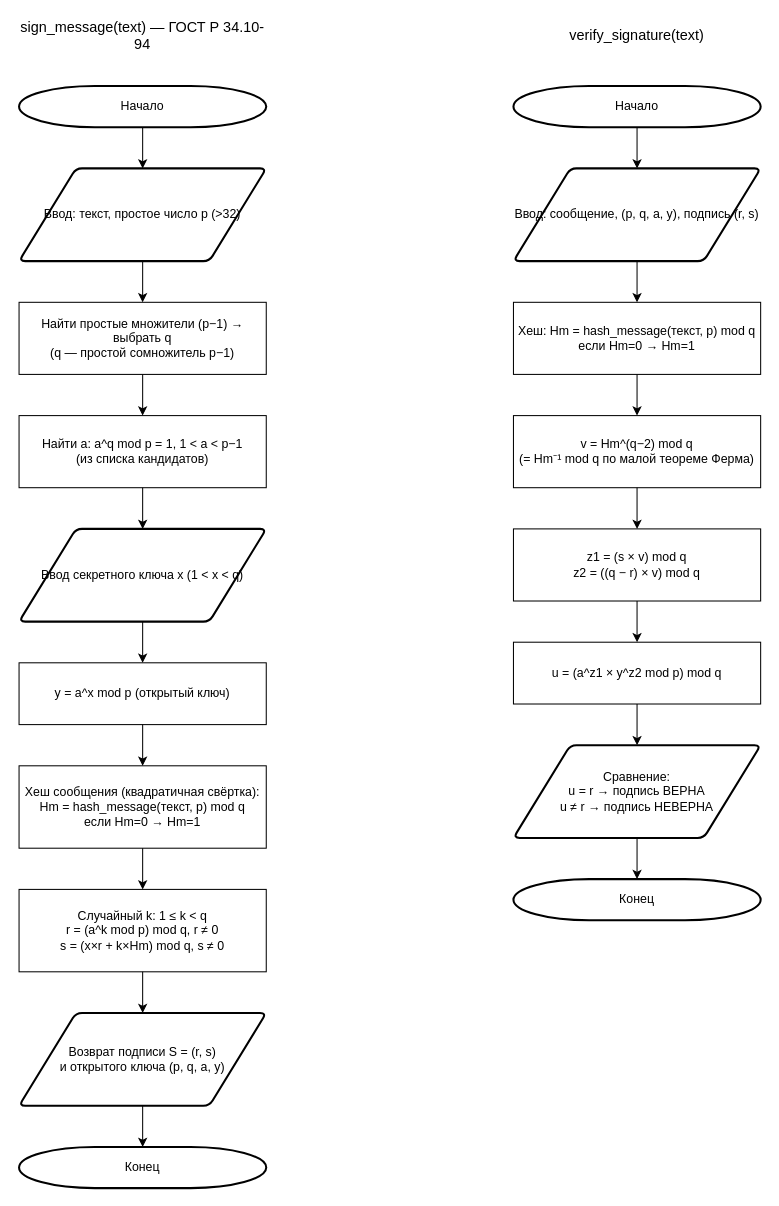
This is gost94_diagram.drawio from Laincetta/mospolytech-cryptography, a draw.io file, before an edit. Source tidied: cells renumbered, new cells numbered last; positions are measured from the earlier drawing's top-left corner, leaving out a move shared by most shapes. Both pictures are drawn from the tidied source at 103%, with x=0, y=0 at pixel (19, 25).
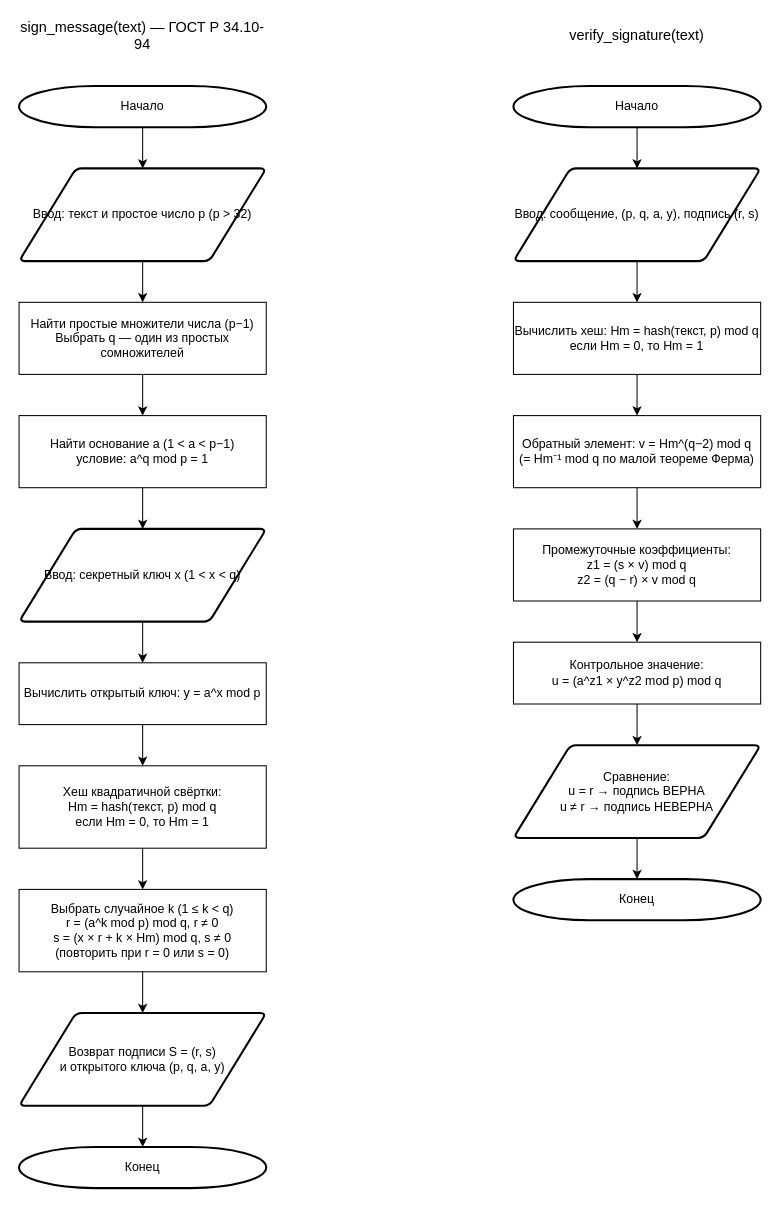
Above is the later version.

What changed in the source:
```diff
@@
-    <mxCell id="4" value="Ввод: текст, простое число p (&gt;32)" style="shape=parallelogram;html=1;strokeWidth=2;perimeter=parallelogramPerimeter;whiteSpace=wrap;rounded=1;arcSize=12;size=0.23;" parent="1" vertex="1">
+    <mxCell id="4" value="Ввод: текст и простое число p (p &amp;gt; 32)" style="shape=parallelogram;html=1;strokeWidth=2;perimeter=parallelogramPerimeter;whiteSpace=wrap;rounded=1;arcSize=12;size=0.23;" parent="1" vertex="1">
       <mxGeometry y="139" width="240" height="90" as="geometry" />
     </mxCell>
-    <mxCell id="5" value="Найти простые множители (p−1) → выбрать q&#10;(q — простой сомножитель p−1)" style="rounded=0;whiteSpace=wrap;html=1;" parent="1" vertex="1">
+    <mxCell id="5" value="Найти простые множители числа (p−1)&#10;Выбрать q — один из простых сомножителей" style="rounded=0;whiteSpace=wrap;html=1;" parent="1" vertex="1">
       <mxGeometry y="269" width="240" height="70" as="geometry" />
     </mxCell>
-    <mxCell id="6" value="Найти a: a^q mod p = 1, 1 &lt; a &lt; p−1&#10;(из списка кандидатов)" style="rounded=0;whiteSpace=wrap;html=1;" parent="1" vertex="1">
+    <mxCell id="6" value="Найти основание a (1 &amp;lt; a &amp;lt; p−1)&#10;условие: a^q mod p = 1" style="rounded=0;whiteSpace=wrap;html=1;" parent="1" vertex="1">
       <mxGeometry y="379" width="240" height="70" as="geometry" />
     </mxCell>
-    <mxCell id="7" value="Ввод секретного ключа x (1 &lt; x &lt; q)" style="shape=parallelogram;html=1;strokeWidth=2;perimeter=parallelogramPerimeter;whiteSpace=wrap;rounded=1;arcSize=12;size=0.23;" parent="1" vertex="1">
+    <mxCell id="7" value="Ввод: секретный ключ x (1 &amp;lt; x &amp;lt; q)" style="shape=parallelogram;html=1;strokeWidth=2;perimeter=parallelogramPerimeter;whiteSpace=wrap;rounded=1;arcSize=12;size=0.23;" parent="1" vertex="1">
       <mxGeometry y="489" width="240" height="90" as="geometry" />
     </mxCell>
-    <mxCell id="8" value="y = a^x mod p (открытый ключ)" style="rounded=0;whiteSpace=wrap;html=1;" parent="1" vertex="1">
+    <mxCell id="8" value="Вычислить открытый ключ: y = a^x mod p" style="rounded=0;whiteSpace=wrap;html=1;" parent="1" vertex="1">
       <mxGeometry y="619" width="240" height="60" as="geometry" />
     </mxCell>
-    <mxCell id="9" value="Хеш сообщения (квадратичная свёртка):&#10;Hm = hash_message(текст, p) mod q&#10;если Hm=0 → Hm=1" style="rounded=0;whiteSpace=wrap;html=1;" parent="1" vertex="1">
+    <mxCell id="9" value="Хеш квадратичной свёртки:&#10;Hm = hash(текст, p) mod q&#10;если Hm = 0, то Hm = 1" style="rounded=0;whiteSpace=wrap;html=1;" parent="1" vertex="1">
       <mxGeometry y="719" width="240" height="80" as="geometry" />
     </mxCell>
-    <mxCell id="10" value="Случайный k: 1 ≤ k &lt; q&#10;r = (a^k mod p) mod q, r ≠ 0&#10;s = (x×r + k×Hm) mod q, s ≠ 0" style="rounded=0;whiteSpace=wrap;html=1;" parent="1" vertex="1">
+    <mxCell id="10" value="Выбрать случайное k (1 ≤ k &amp;lt; q)&#10;r = (a^k mod p) mod q,  r ≠ 0&#10;s = (x × r + k × Hm) mod q,  s ≠ 0&#10;(повторить при r = 0 или s = 0)" style="rounded=0;whiteSpace=wrap;html=1;" parent="1" vertex="1">
       <mxGeometry y="839" width="240" height="80" as="geometry" />
     </mxCell>
@@
-    <mxCell id="25" value="Хеш: Hm = hash_message(текст, p) mod q&#10;если Hm=0 → Hm=1" style="rounded=0;whiteSpace=wrap;html=1;" parent="1" vertex="1">
+    <mxCell id="25" value="Вычислить хеш: Hm = hash(текст, p) mod q&#10;если Hm = 0, то Hm = 1" style="rounded=0;whiteSpace=wrap;html=1;" parent="1" vertex="1">
       <mxGeometry x="480" y="269" width="240" height="70" as="geometry" />
     </mxCell>
-    <mxCell id="26" value="v = Hm^(q−2) mod q&#10;(= Hm⁻¹ mod q по малой теореме Ферма)" style="rounded=0;whiteSpace=wrap;html=1;" parent="1" vertex="1">
+    <mxCell id="26" value="Обратный элемент: v = Hm^(q−2) mod q&#10;(= Hm⁻¹ mod q по малой теореме Ферма)" style="rounded=0;whiteSpace=wrap;html=1;" parent="1" vertex="1">
       <mxGeometry x="480" y="379" width="240" height="70" as="geometry" />
     </mxCell>
-    <mxCell id="27" value="z1 = (s × v) mod q&#10;z2 = ((q − r) × v) mod q" style="rounded=0;whiteSpace=wrap;html=1;" parent="1" vertex="1">
+    <mxCell id="27" value="Промежуточные коэффициенты:&#10;z1 = (s × v) mod q&#10;z2 = (q − r) × v mod q" style="rounded=0;whiteSpace=wrap;html=1;" parent="1" vertex="1">
       <mxGeometry x="480" y="489" width="240" height="70" as="geometry" />
     </mxCell>
-    <mxCell id="28" value="u = (a^z1 × y^z2 mod p) mod q" style="rounded=0;whiteSpace=wrap;html=1;" parent="1" vertex="1">
+    <mxCell id="28" value="Контрольное значение:&#10;u = (a^z1 × y^z2 mod p) mod q" style="rounded=0;whiteSpace=wrap;html=1;" parent="1" vertex="1">
       <mxGeometry x="480" y="599" width="240" height="60" as="geometry" />
     </mxCell>
```
